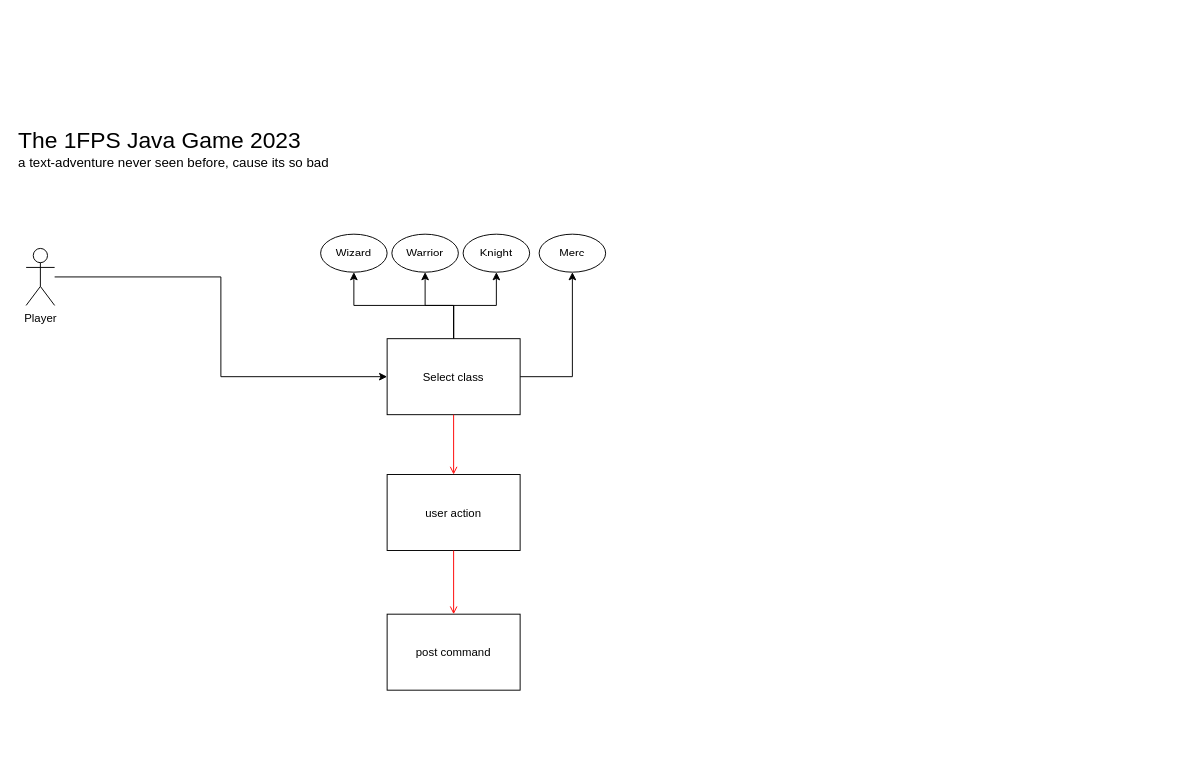
Above: uml.drawio in Jablothas/JavaRPG (draw.io), before the change. Source tidied: cells renumbered, new cells numbered last; positions are measured from the earlier drawing's top-left corner, leaving out a move shared by most shapes. Both pictures are drawn from the tidied source at 95%, with x=0, y=0 at pixel (16, 129).
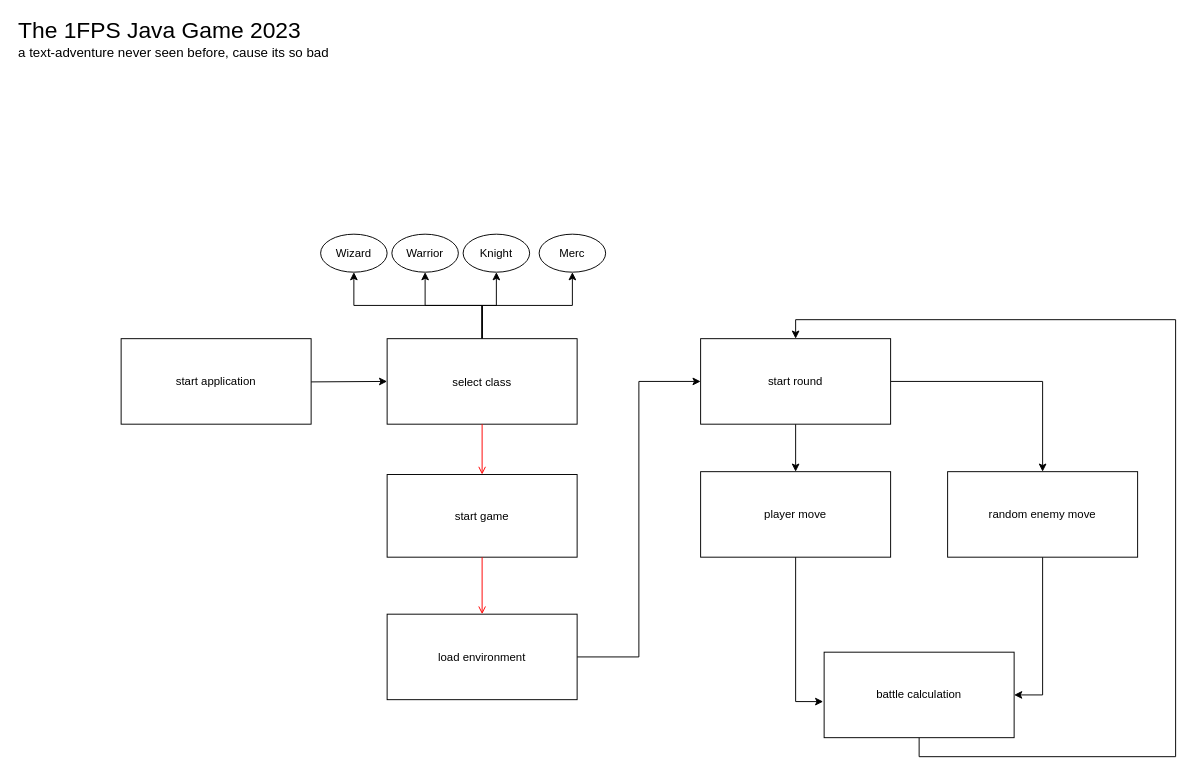
Above is the later version.

Diff of the diagram source:
```diff
@@
-    <mxCell id="6" value="Select class" parent="1" vertex="1">
-      <mxGeometry x="390" y="220" width="140" height="80" as="geometry" />
+    <mxCell id="6" value="select class" parent="1" vertex="1">
+      <mxGeometry x="390" y="220" width="200" height="90" as="geometry" />
     </mxCell>
-    <mxCell id="7" value="user action" parent="1" vertex="1">
-      <mxGeometry x="390" y="363" width="140" height="80" as="geometry" />
+    <mxCell id="7" value="start game" parent="1" vertex="1">
+      <mxGeometry x="390" y="363" width="200" height="87" as="geometry" />
     </mxCell>
@@
+    <mxCell id="18" style="edgeStyle=orthogonalEdgeStyle;rounded=0;jettySize=auto;html=1;entryX=0;entryY=0.5;entryDx=0;entryDy=0;" parent="1" edge="1" source="9" target="21">
+      <mxGeometry relative="1" as="geometry" />
+    </mxCell>
-    <mxCell id="9" value="post command" parent="1" vertex="1">
-      <mxGeometry x="390" y="510" width="140" height="80" as="geometry" />
+    <mxCell id="9" value="load environment" parent="1" vertex="1">
+      <mxGeometry x="390" y="510" width="200" height="90" as="geometry" />
     </mxCell>
@@
-    <mxCell id="11" style="edgeStyle=orthogonalEdgeStyle;rounded=0;jettySize=auto;html=1;entryX=0;entryY=0.5;entryDx=0;entryDy=0;" parent="1" edge="1" source="12" target="6">
-      <mxGeometry relative="1" as="geometry" />
+    <mxCell id="11" style="edgeStyle=orthogonalEdgeStyle;rounded=0;jettySize=auto;html=1;entryX=0;entryY=0.5;entryDx=0;entryDy=0;" parent="1" edge="1" target="6">
+      <mxGeometry relative="1" as="geometry">
+        <mxPoint x="230" y="265" as="sourcePoint" />
+      </mxGeometry>
     </mxCell>
-    <mxCell id="12" value="Player" style="shape=umlActor;verticalLabelPosition=bottom;verticalAlign=top;html=1;outlineConnect=0;" parent="1" vertex="1">
-      <mxGeometry x="10" y="125" width="30" height="60" as="geometry" />
-    </mxCell>
     <mxCell id="13" value="&lt;font&gt;&lt;font size=&quot;5&quot;&gt;The 1FPS Java Game 2023&lt;/font&gt;&lt;br&gt;&lt;font style=&quot;font-size: 14px;&quot;&gt;a text-adventure never seen before, cause its so bad&lt;/font&gt;&lt;br&gt;&lt;/font&gt;" style="text;html=1;strokeColor=none;fillColor=none;align=left;verticalAlign=middle;whiteSpace=wrap;rounded=0;" parent="1" vertex="1">
-      <mxGeometry width="460" height="40" as="geometry" />
+      <mxGeometry y="-116" width="460" height="40" as="geometry" />
     </mxCell>
@@
+    <mxCell id="19" style="edgeStyle=orthogonalEdgeStyle;rounded=0;jettySize=auto;html=1;entryX=0.5;entryY=0;entryDx=0;entryDy=0;" parent="1" edge="1" source="21" target="22">
+      <mxGeometry relative="1" as="geometry" />
+    </mxCell>
+    <mxCell id="20" style="edgeStyle=orthogonalEdgeStyle;rounded=0;jettySize=auto;html=1;entryX=0.5;entryY=0;entryDx=0;entryDy=0;" parent="1" edge="1" source="21" target="24">
+      <mxGeometry relative="1" as="geometry" />
+    </mxCell>
+    <mxCell id="21" value="start round" style="rounded=0;whiteSpace=wrap;html=1;" parent="1" vertex="1">
+      <mxGeometry x="720" y="220" width="200" height="90" as="geometry" />
+    </mxCell>
+    <mxCell id="22" value="player move" style="rounded=0;whiteSpace=wrap;html=1;" parent="1" vertex="1">
+      <mxGeometry x="720" y="360" width="200" height="90" as="geometry" />
+    </mxCell>
+    <mxCell id="23" style="edgeStyle=orthogonalEdgeStyle;rounded=0;jettySize=auto;html=1;entryX=1;entryY=0.5;entryDx=0;entryDy=0;" parent="1" edge="1" source="24" target="26">
+      <mxGeometry relative="1" as="geometry" />
+    </mxCell>
+    <mxCell id="24" value="random enemy move" style="rounded=0;whiteSpace=wrap;html=1;" parent="1" vertex="1">
+      <mxGeometry x="980" y="360" width="200" height="90" as="geometry" />
+    </mxCell>
+    <mxCell id="25" style="edgeStyle=orthogonalEdgeStyle;rounded=0;jettySize=auto;html=1;entryX=0.5;entryY=0;entryDx=0;entryDy=0;fontColor=#FF0000;" parent="1" edge="1" source="26" target="21">
+      <mxGeometry relative="1" as="geometry">
+        <Array as="points">
+          <mxPoint x="950" y="660" />
+          <mxPoint x="1220" y="660" />
+          <mxPoint x="1220" y="200" />
+          <mxPoint x="820" y="200" />
+        </Array>
+      </mxGeometry>
+    </mxCell>
+    <mxCell id="26" value="battle calculation" style="rounded=0;whiteSpace=wrap;html=1;" parent="1" vertex="1">
+      <mxGeometry x="850" y="550" width="200" height="90" as="geometry" />
+    </mxCell>
+    <mxCell id="27" style="edgeStyle=orthogonalEdgeStyle;rounded=0;jettySize=auto;html=1;entryX=-0.005;entryY=0.578;entryDx=0;entryDy=0;entryPerimeter=0;" parent="1" edge="1" source="22" target="26">
+      <mxGeometry relative="1" as="geometry" />
+    </mxCell>
+    <mxCell id="28" value="start application" style="rounded=0;whiteSpace=wrap;html=1;" parent="1" vertex="1">
+      <mxGeometry x="110" y="220" width="200" height="90" as="geometry" />
+    </mxCell>
```
